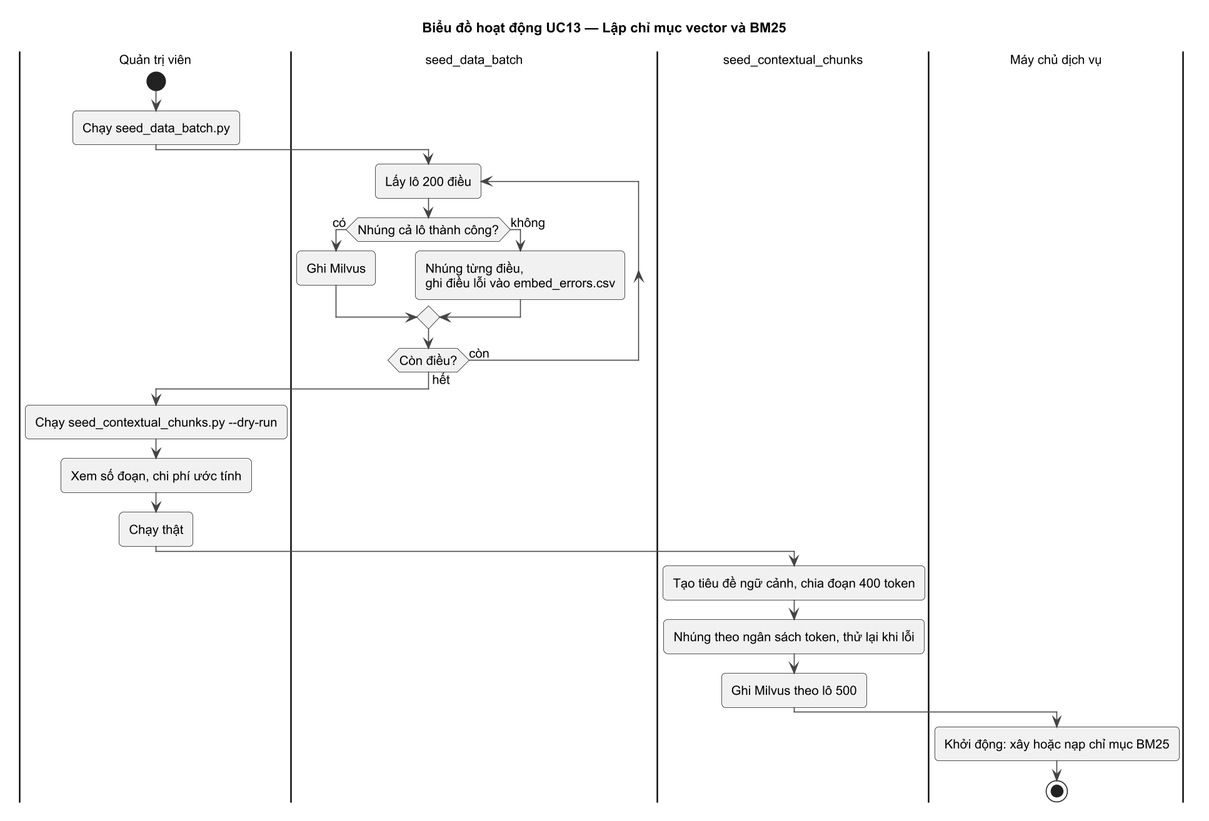
hainguyen312/project2-chatbot-rag keeps this PlantUML diagram as docs/uml/png/UC13_ACT.png. Above is the earlier version.
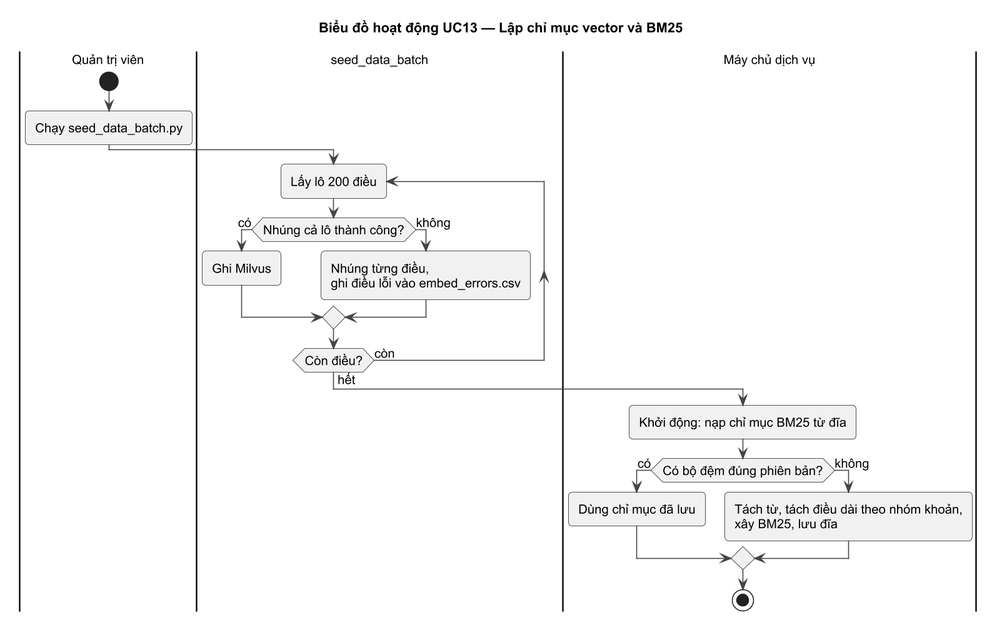
Later version of the same file.

Diff of the diagram source:
```diff
@@ -13,15 +13,12 @@
     :Nhúng từng điều,\nghi điều lỗi vào embed_errors.csv;
   endif
 repeat while (Còn điều?) is (còn) not (hết)
-|Quản trị viên|
-:Chạy seed_contextual_chunks.py --dry-run;
-:Xem số đoạn, chi phí ước tính;
-:Chạy thật;
-|seed_contextual_chunks|
-:Tạo tiêu đề ngữ cảnh, chia đoạn 400 token;
-:Nhúng theo ngân sách token, thử lại khi lỗi;
-:Ghi Milvus theo lô 500;
 |Máy chủ dịch vụ|
-:Khởi động: xây hoặc nạp chỉ mục BM25;
+:Khởi động: nạp chỉ mục BM25 từ đĩa;
+if (Có bộ đệm đúng phiên bản?) then (có)
+  :Dùng chỉ mục đã lưu;
+else (không)
+  :Tách từ, tách điều dài theo nhóm khoản,\nxây BM25, lưu đĩa;
+endif
 stop
 @enduml
```
